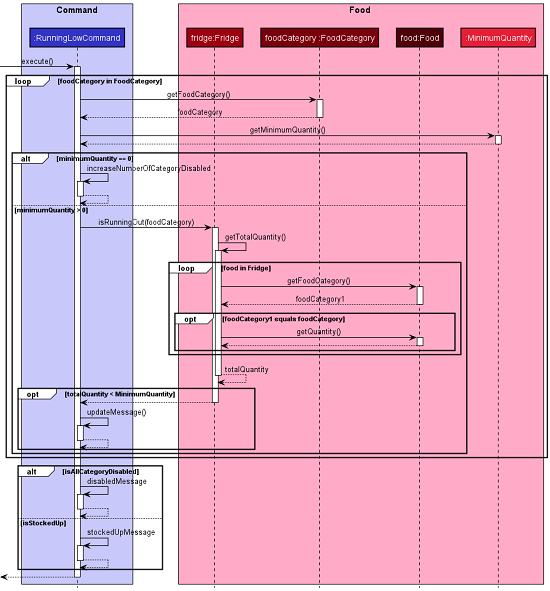
This is docs/diagrams/diagram_images/RunningLowSequenceDiagram.png from nus-cs2113-AY2021S2/tp, a PlantUML export, as it was before one commit. The source it was exported from:
```plantuml
@startuml RunningLowSequenceDiagram
!include style.puml

box "Command\n" COMMAND_COLOR_T1
participant ":RunningLowCommand" as RunningLowCommand COMMAND_COLOR
end box

box Food FOOD_COLOR_T1
participant "fridge:Fridge" as Fridge FOOD_COLOR
participant "foodCategory :FoodCategory" as FoodCategory FOOD_COLOR_T3
participant "food:Food" as Food FOOD_COLOR_T4
participant ":MinimumQuantity" as MinimumQuantity FOOD_COLOR_T2
end box

autoactivate on

-> RunningLowCommand: execute()

loop foodCategory in FoodCategory
    RunningLowCommand -> FoodCategory: getFoodCategory()
    return foodCategory

    RunningLowCommand -> MinimumQuantity: getMinimumQuantity()
    return
    alt minimumQuantity == 0
        RunningLowCommand -> RunningLowCommand: increaseNumberOfCategoryDisabled
        return
    else minimumQuantity > 0
        RunningLowCommand -> Fridge: isRunningOut(foodCategory)
        Fridge -> Fridge: getTotalQuantity()
    loop food in Fridge
        Fridge -> Food: getFoodCategory()
        return foodCategory1
        opt foodCategory1 equals foodCategory
            Fridge -> Food: getQuantity()
            return
        end
    end
    return totalQuantity

    opt totalQuantity < MinimumQuantity
        return
        RunningLowCommand -> RunningLowCommand: updateMessage()
        return
    end
    end
end

    alt isAllCategoryDisabled
        RunningLowCommand -> RunningLowCommand: disabledMessage
        return
    else isStockedUp
        RunningLowCommand -> RunningLowCommand: stockedUpMessage
        return
    end

return
@enduml
```
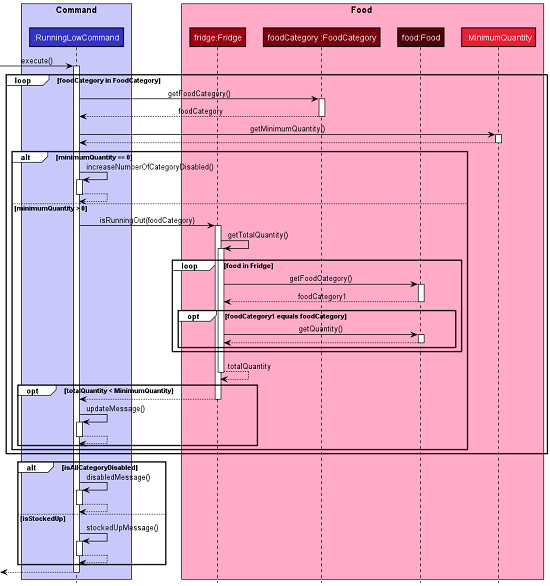
The same diagram one commit later.

What changed in the source:
```diff
@@ -23,7 +23,7 @@
     RunningLowCommand -> MinimumQuantity: getMinimumQuantity()
     return
     alt minimumQuantity == 0
-        RunningLowCommand -> RunningLowCommand: increaseNumberOfCategoryDisabled
+        RunningLowCommand -> RunningLowCommand: increaseNumberOfCategoryDisabled()
         return
     else minimumQuantity > 0
         RunningLowCommand -> Fridge: isRunningOut(foodCategory)
@@ -47,10 +47,10 @@
 end
 
     alt isAllCategoryDisabled
-        RunningLowCommand -> RunningLowCommand: disabledMessage
+        RunningLowCommand -> RunningLowCommand: disabledMessage()
         return
     else isStockedUp
-        RunningLowCommand -> RunningLowCommand: stockedUpMessage
+        RunningLowCommand -> RunningLowCommand: stockedUpMessage()
         return
     end
 
```
